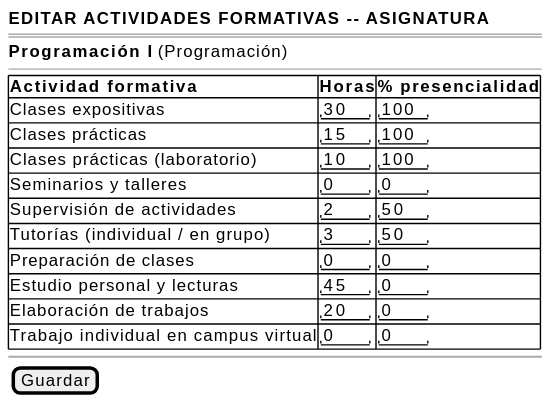
Before: images/RUP/01-requisitos/03-detalle-casos-uso/editarActividadesFormativasAsignaturaPrograma/wireframe.svg, a diagram exported from PlantUML (mmasias/pyCeldaPublico).
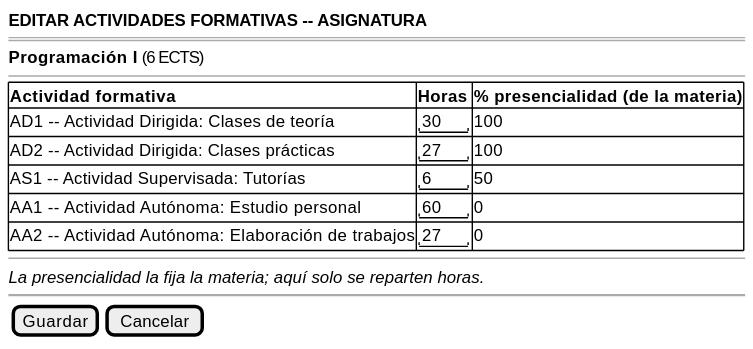
After the change.

Change to the diagram source:
```diff
@@ -1,23 +1,20 @@
-@startsalt editarActividadesFormativasAsignaturaGrado-wireframe
+@startsalt editarActividadesFormativasAsignaturaPrograma-wireframe
 {
     <b>EDITAR ACTIVIDADES FORMATIVAS -- ASIGNATURA</b>
     ====
-    <b>Programación I</b> (Programación)
+    <b>Programación I</b> (6 ECTS)
     --
     {#
-        <b>Actividad formativa</b>          | <b>Horas</b> | <b>% presencialidad</b>
-        Clases expositivas                  | "30  "       | "100 "
-        Clases prácticas                    | "15  "       | "100 "
-        Clases prácticas (laboratorio)      | "10  "       | "100 "
-        Seminarios y talleres               | "0   "       | "0   "
-        Supervisión de actividades          | "2   "       | "50  "
-        Tutorías (individual / en grupo)    | "3   "       | "50  "
-        Preparación de clases               | "0   "       | "0   "
-        Estudio personal y lecturas         | "45  "       | "0   "
-        Elaboración de trabajos             | "20  "       | "0   "
-        Trabajo individual en campus virtual| "0   "       | "0   "
+        <b>Actividad formativa</b>                          | <b>Horas</b> | <b>% presencialidad (de la materia)</b>
+        AD1 -- Actividad Dirigida: Clases de teoría          | "30  "       | 100
+        AD2 -- Actividad Dirigida: Clases prácticas          | "27  "       | 100
+        AS1 -- Actividad Supervisada: Tutorías               | "6   "       | 50
+        AA1 -- Actividad Autónoma: Estudio personal          | "60  "       | 0
+        AA2 -- Actividad Autónoma: Elaboración de trabajos   | "27  "       | 0
     }
+    --
+    <i>La presencialidad la fija la materia; aquí solo se reparten horas.</i>
     ~~
-    {[Guardar]}
+    {[Guardar] | [Cancelar]}
 }
 @endsalt
```
